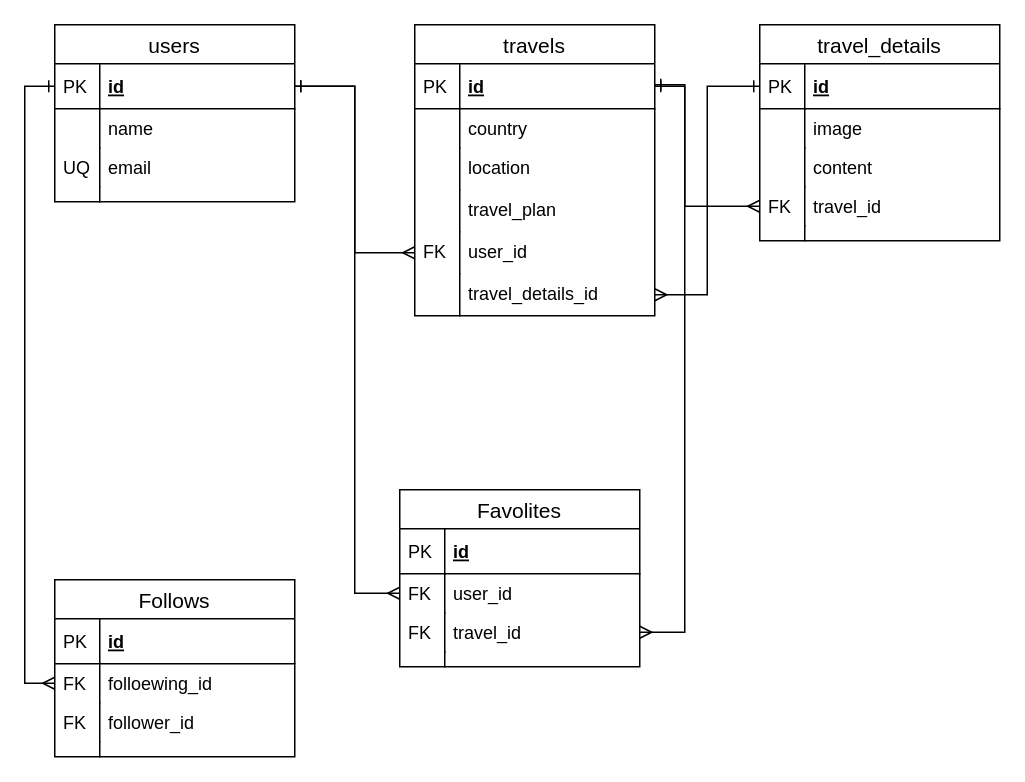
This is trip.drawio from kimurakeisuke/enjoy_trip, a draw.io file, before an edit. Source tidied: cells renumbered, new cells numbered last; positions are measured from the earlier drawing's top-left corner, leaving out a move shared by most shapes. Both pictures are drawn from the tidied source at 150%, with x=0, y=0 at pixel (54, 24).
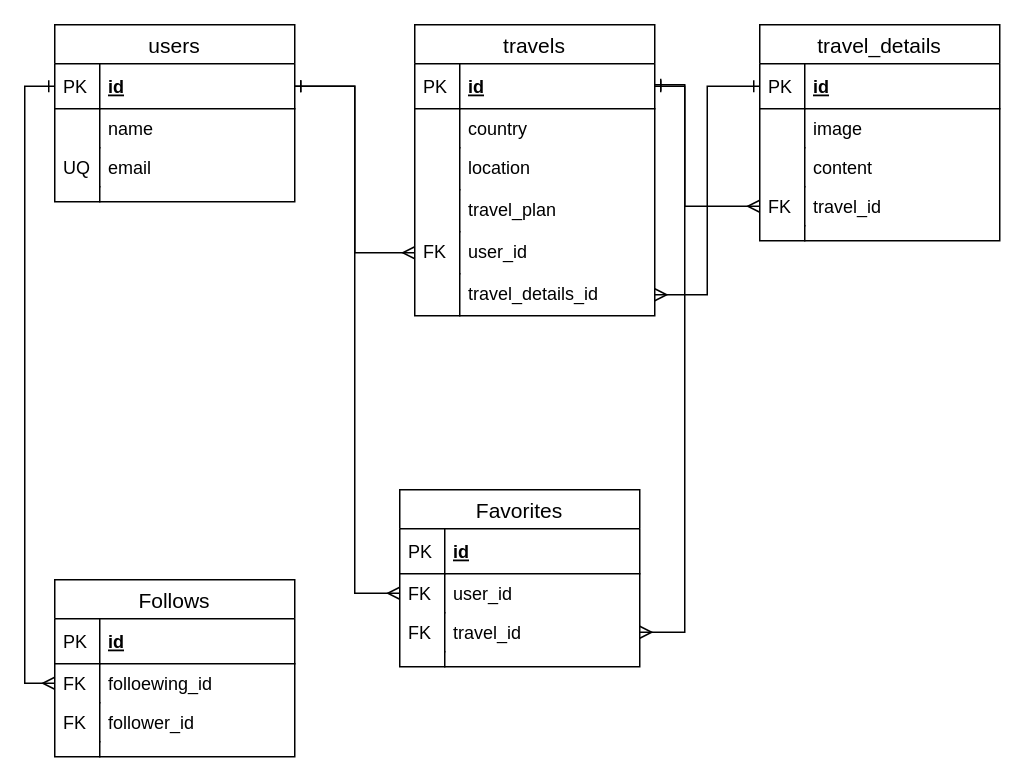
The same diagram, later.

The edit, as a diff of the source:
```diff
@@
-    <mxCell id="38" value="Favolites" style="swimlane;fontStyle=0;horizontal=1;startSize=26;align=center;fontSize=14;" parent="1" vertex="1">
+    <mxCell id="38" value="Favorites" style="swimlane;fontStyle=0;horizontal=1;startSize=26;align=center;fontSize=14;" parent="1" vertex="1">
       <mxGeometry x="230" y="310" width="160" height="118" as="geometry" />
     </mxCell>
```
